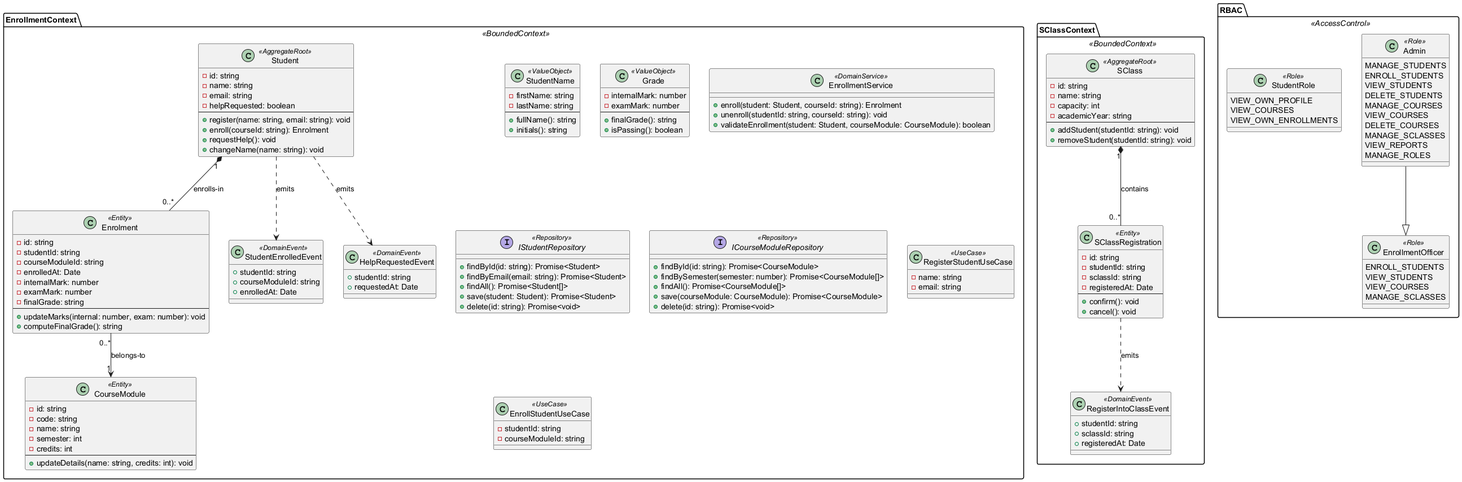
Before: examples/CourseManagement.png, a diagram exported from PlantUML (joker71/nestjs-generator). The source it was exported from:
```plantuml
@startuml CourseManagement

package "EnrollmentContext" <<BoundedContext>> {

  class Student <<AggregateRoot>> {
    - id: string
    - name: string
    - email: string
    - helpRequested: boolean
    --
    + register(name: string, email: string): void
    + enroll(courseId: string): Enrolment
    + requestHelp(): void
    + changeName(name: string): void
  }

  class CourseModule <<Entity>> {
    - id: string
    - code: string
    - name: string
    - semester: int
    - credits: int
    --
    + updateDetails(name: string, credits: int): void
  }

  class Enrolment <<Entity>> {
    - id: string
    - studentId: string
    - courseModuleId: string
    - enrolledAt: Date
    - internalMark: number
    - examMark: number
    - finalGrade: string
    --
    + updateMarks(internal: number, exam: number): void
    + computeFinalGrade(): string
  }

  class StudentName <<ValueObject>> {
    - firstName: string
    - lastName: string
    --
    + fullName(): string
    + initials(): string
  }

  class Grade <<ValueObject>> {
    - internalMark: number
    - examMark: number
    --
    + finalGrade(): string
    + isPassing(): boolean
  }

  class StudentEnrolledEvent <<DomainEvent>> {
    + studentId: string
    + courseModuleId: string
    + enrolledAt: Date
  }

  class HelpRequestedEvent <<DomainEvent>> {
    + studentId: string
    + requestedAt: Date
  }

  class EnrollmentService <<DomainService>> {
    + enroll(student: Student, courseId: string): Enrolment
    + unenroll(studentId: string, courseId: string): void
    + validateEnrollment(student: Student, courseModule: CourseModule): boolean
  }

  interface IStudentRepository <<Repository>> {
    + findById(id: string): Promise<Student>
    + findByEmail(email: string): Promise<Student>
    + findAll(): Promise<Student[]>
    + save(student: Student): Promise<Student>
    + delete(id: string): Promise<void>
  }

  interface ICourseModuleRepository <<Repository>> {
    + findById(id: string): Promise<CourseModule>
    + findBySemester(semester: number): Promise<CourseModule[]>
    + findAll(): Promise<CourseModule[]>
    + save(courseModule: CourseModule): Promise<CourseModule>
    + delete(id: string): Promise<void>
  }

  class RegisterStudentUseCase <<UseCase>> {
    - name: string
    - email: string
  }

  class EnrollStudentUseCase <<UseCase>> {
    - studentId: string
    - courseModuleId: string
  }

  Student "1" *-- "0..*" Enrolment : enrolls-in
  Student ..> StudentEnrolledEvent : emits
  Student ..> HelpRequestedEvent : emits
  Enrolment "0..*" --> "1" CourseModule : belongs-to
}

package "SClassContext" <<BoundedContext>> {

  class SClass <<AggregateRoot>> {
    - id: string
    - name: string
    - capacity: int
    - academicYear: string
    --
    + addStudent(studentId: string): void
    + removeStudent(studentId: string): void
  }

  class SClassRegistration <<Entity>> {
    - id: string
    - studentId: string
    - sclassId: string
    - registeredAt: Date
    --
    + confirm(): void
    + cancel(): void
  }

  class RegisterIntoClassEvent <<DomainEvent>> {
    + studentId: string
    + sclassId: string
    + registeredAt: Date
  }

  SClass "1" *-- "0..*" SClassRegistration : contains
  SClassRegistration ..> RegisterIntoClassEvent : emits
}

package "RBAC" <<AccessControl>> {

  class Admin <<Role>> {
    MANAGE_STUDENTS
    ENROLL_STUDENTS
    VIEW_STUDENTS
    DELETE_STUDENTS
    MANAGE_COURSES
    VIEW_COURSES
    DELETE_COURSES
    MANAGE_SCLASSES
    VIEW_REPORTS
    MANAGE_ROLES
  }

  class EnrollmentOfficer <<Role>> {
    ENROLL_STUDENTS
    VIEW_STUDENTS
    VIEW_COURSES
    MANAGE_SCLASSES
  }

  class StudentRole <<Role>> {
    VIEW_OWN_PROFILE
    VIEW_COURSES
    VIEW_OWN_ENROLLMENTS
  }

  Admin --|> EnrollmentOfficer
}

@enduml
```
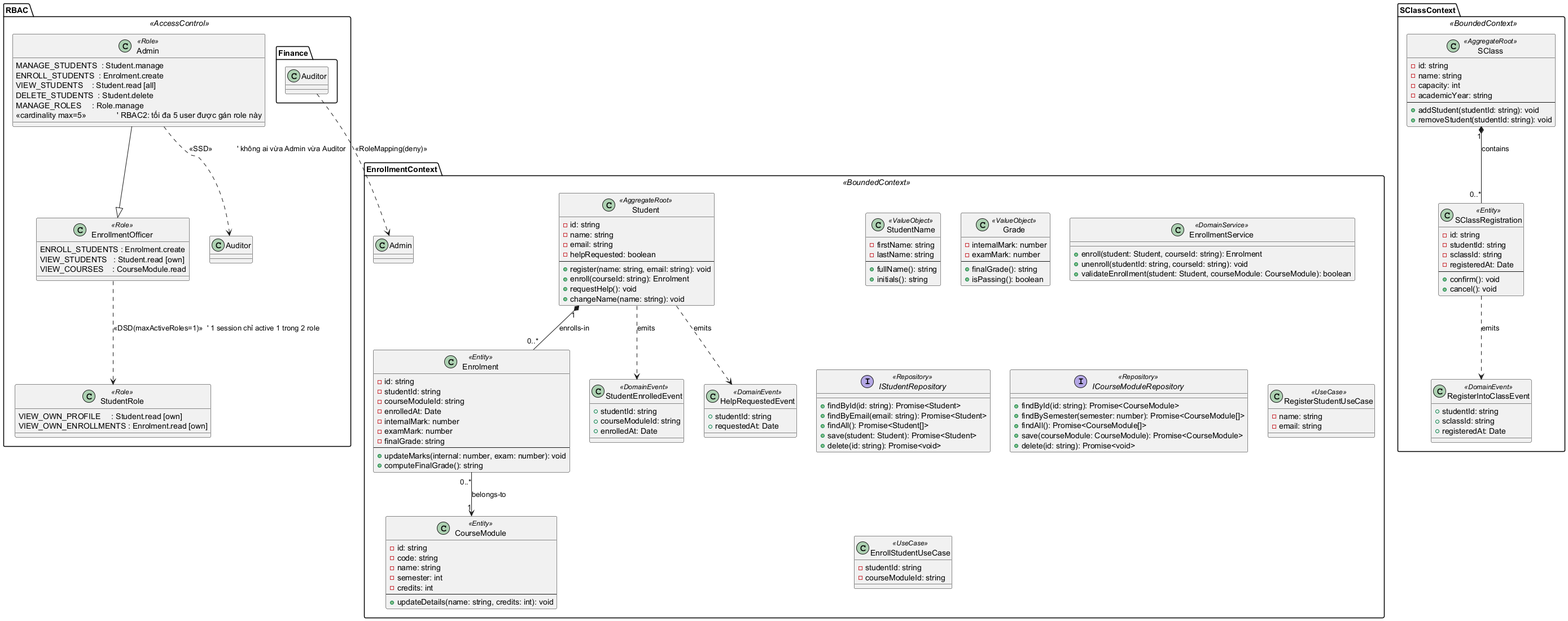
The same diagram one commit later.

The edit, as a diff of the source:
```diff
@@ -137,32 +137,31 @@
 package "RBAC" <<AccessControl>> {
 
   class Admin <<Role>> {
-    MANAGE_STUDENTS
-    ENROLL_STUDENTS
-    VIEW_STUDENTS
-    DELETE_STUDENTS
-    MANAGE_COURSES
-    VIEW_COURSES
-    DELETE_COURSES
-    MANAGE_SCLASSES
-    VIEW_REPORTS
-    MANAGE_ROLES
+    MANAGE_STUDENTS  : Student.manage
+    ENROLL_STUDENTS  : Enrolment.create
+    VIEW_STUDENTS    : Student.read [all]
+    DELETE_STUDENTS  : Student.delete
+    MANAGE_ROLES     : Role.manage
+    <<cardinality max=5>>              ' RBAC2: tối đa 5 user được gán role này
   }
 
   class EnrollmentOfficer <<Role>> {
-    ENROLL_STUDENTS
-    VIEW_STUDENTS
-    VIEW_COURSES
-    MANAGE_SCLASSES
+    ENROLL_STUDENTS : Enrolment.create
+    VIEW_STUDENTS   : Student.read [own]
+    VIEW_COURSES    : CourseModule.read
   }
 
   class StudentRole <<Role>> {
-    VIEW_OWN_PROFILE
-    VIEW_COURSES
-    VIEW_OWN_ENROLLMENTS
+    VIEW_OWN_PROFILE     : Student.read [own]
+    VIEW_OWN_ENROLLMENTS : Enrolment.read [own]
   }
 
   Admin --|> EnrollmentOfficer
+
+  Admin ..> Auditor          : <<SSD>>            ' không ai vừa Admin vừa Auditor
+  EnrollmentOfficer ..> StudentRole : <<DSD(maxActiveRoles=1)>>  ' 1 session chỉ active 1 trong 2 role
+
+  Finance.Auditor ..> EnrollmentContext.Admin : <<RoleMapping(deny)>>
 }
 
 @enduml
```
